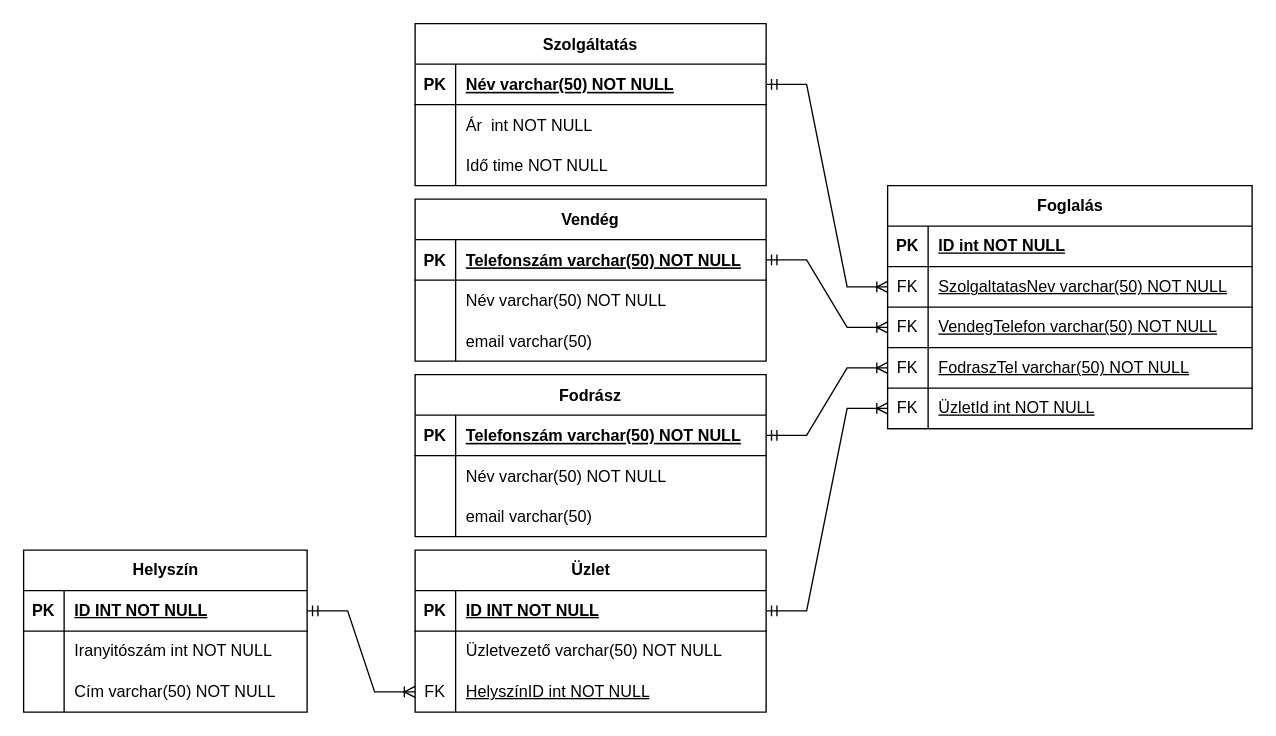
PetrooAdam/fodraszatprojekt keeps this draw.io diagram as ER-diagram/kapcsolattabla.drawio. Above is the earlier version. Source tidied: cells renumbered, new cells numbered last; positions are measured from the earlier drawing's top-left corner, leaving out a move shared by most shapes. Both pictures are drawn from the tidied source at 135%, with x=0, y=0 at pixel (23, 23).
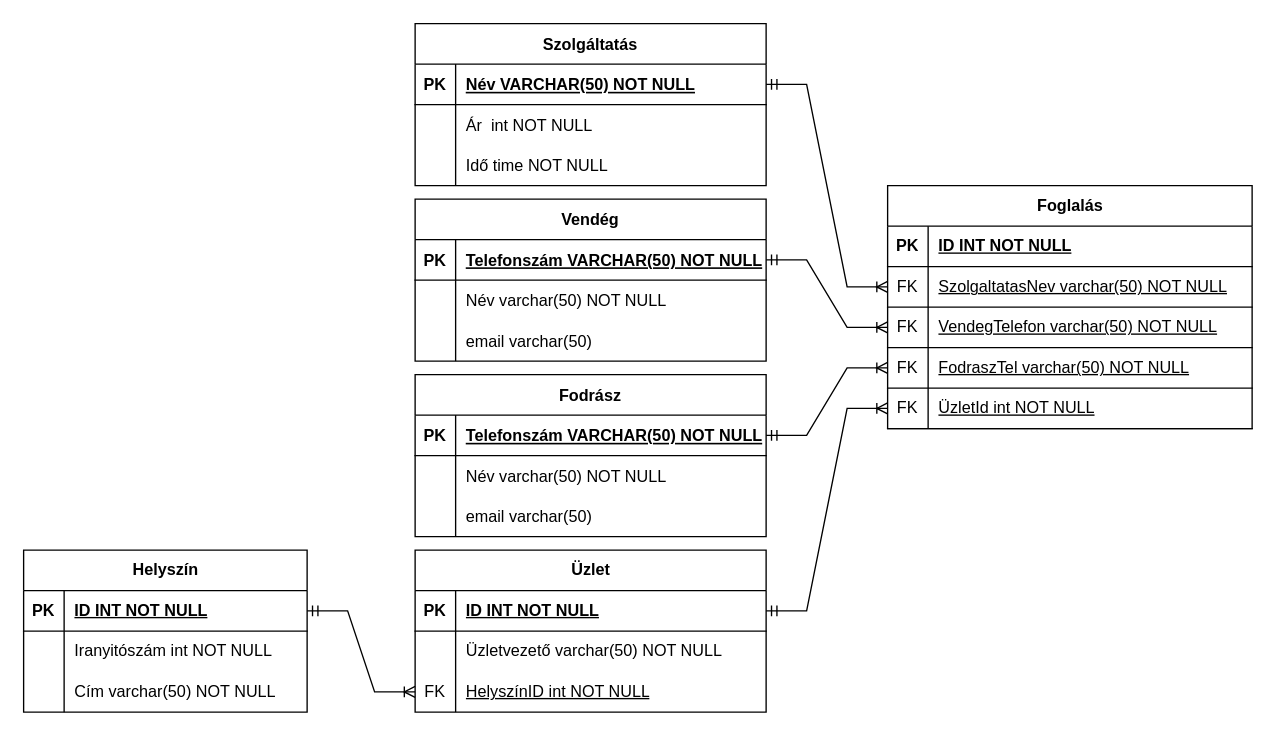
The same diagram, later.

The change refers to these unchanged cells:
```xml
<mxCell id="3" style="shape=partialRectangle;fillColor=none;points=[[0,0.5],[1,0.5]];portConstraint=eastwest;top=0;left=0;right=0;bottom=1;" parent="2" vertex="1">
  <mxGeometry y="30" width="260" height="30" as="geometry" />
</mxCell>
<mxCell id="13" style="shape=partialRectangle;fillColor=none;points=[[0,0.5],[1,0.5]];portConstraint=eastwest;top=0;left=0;right=0;bottom=1;" parent="12" vertex="1">
  <mxGeometry y="30" width="260" height="30" as="geometry" />
</mxCell>
<mxCell id="23" style="shape=partialRectangle;fillColor=none;points=[[0,0.5],[1,0.5]];portConstraint=eastwest;top=0;left=0;right=0;bottom=1;" parent="22" vertex="1">
  <mxGeometry y="30" width="260" height="30" as="geometry" />
</mxCell>
<mxCell id="54" style="shape=tableRow;horizontal=0;startSize=0;swimlaneHead=0;swimlaneBody=0;fillColor=none;top=0;left=0;right=0;bottom=1;" parent="53" vertex="1">
  <mxGeometry y="30" width="270" height="30" as="geometry" />
</mxCell>
```

Diff of the diagram source:
```diff
@@
-    <mxCell id="5" value="Telefonszám varchar(50) NOT NULL " style="shape=partialRectangle;overflow=hidden;fillColor=none;top=0;left=0;bottom=0;right=0;align=left;spacingLeft=6;fontStyle=5;" parent="3" vertex="1">
+    <mxCell id="5" value="Telefonszám VARCHAR(50) NOT NULL " style="shape=partialRectangle;overflow=hidden;fillColor=none;top=0;left=0;bottom=0;right=0;align=left;spacingLeft=6;fontStyle=5;" parent="3" vertex="1">
       <mxGeometry x="30" width="230" height="30" as="geometry" />
     </mxCell>
@@
-    <mxCell id="15" value="Telefonszám varchar(50) NOT NULL" style="shape=partialRectangle;overflow=hidden;fillColor=none;top=0;left=0;bottom=0;right=0;align=left;spacingLeft=6;fontStyle=5;" parent="13" vertex="1">
+    <mxCell id="15" value="Telefonszám VARCHAR(50) NOT NULL" style="shape=partialRectangle;overflow=hidden;fillColor=none;top=0;left=0;bottom=0;right=0;align=left;spacingLeft=6;fontStyle=5;" parent="13" vertex="1">
       <mxGeometry x="30" width="230" height="30" as="geometry" />
     </mxCell>
@@
-    <mxCell id="25" value="Név varchar(50) NOT NULL" style="shape=partialRectangle;overflow=hidden;fillColor=none;top=0;left=0;bottom=0;right=0;align=left;spacingLeft=6;fontStyle=5;" parent="23" vertex="1">
+    <mxCell id="25" value="Név VARCHAR(50) NOT NULL" style="shape=partialRectangle;overflow=hidden;fillColor=none;top=0;left=0;bottom=0;right=0;align=left;spacingLeft=6;fontStyle=5;" parent="23" vertex="1">
       <mxGeometry x="30" width="230" height="30" as="geometry" />
     </mxCell>
@@
-    <mxCell id="56" value="ID int NOT NULL" style="shape=partialRectangle;fillColor=none;top=0;left=0;bottom=0;right=0;align=left;spacingLeft=6;fontStyle=5;overflow=hidden;whiteSpace=wrap;html=1;" parent="54" vertex="1">
+    <mxCell id="56" value="ID INT NOT NULL" style="shape=partialRectangle;fillColor=none;top=0;left=0;bottom=0;right=0;align=left;spacingLeft=6;fontStyle=5;overflow=hidden;whiteSpace=wrap;html=1;" parent="54" vertex="1">
       <mxGeometry x="30" width="240" height="30" as="geometry" />
     </mxCell>
```
